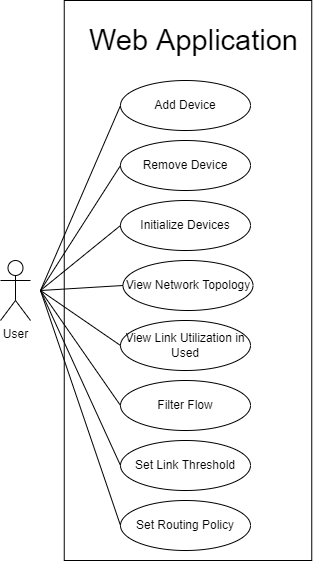
Before: Report/Draw_io_Part2/web usecase.drawio (2).png, a diagram exported from draw.io (FameIllusionMaya/SDN-handmade_v3). Source tidied: cells renumbered, new cells last; positions are measured from the earlier drawing's top-left corner, leaving out a move shared by most shapes. The source it was exported from:
```xml
<mxGraphModel>
  <root>
    <mxCell id="0" />
    <mxCell id="1" parent="0" />
    <mxCell id="2" style="html=1;" parent="1" vertex="1">
      <mxGeometry x="63.8" width="247.5" height="560" as="geometry" />
    </mxCell>
    <mxCell id="3" value="User" style="shape=umlActor;verticalLabelPosition=bottom;verticalAlign=top;html=1;" parent="1" vertex="1">
      <mxGeometry y="260" width="30" height="60" as="geometry" />
    </mxCell>
    <mxCell id="4" value="Add Device" style="ellipse;whiteSpace=wrap;html=1;" parent="1" vertex="1">
      <mxGeometry x="120" y="80" width="130" height="50" as="geometry" />
    </mxCell>
    <mxCell id="5" value="&lt;font style=&quot;font-size: 29px&quot;&gt;Web Application&amp;nbsp;&lt;/font&gt;" style="rounded=0;whiteSpace=wrap;html=1;strokeColor=#FFFFFF;" parent="1" vertex="1">
      <mxGeometry x="85" y="20" width="225" height="40" as="geometry" />
    </mxCell>
    <mxCell id="6" value="Initialize Devices" style="ellipse;whiteSpace=wrap;html=1;" parent="1" vertex="1">
      <mxGeometry x="120" y="200" width="130" height="50" as="geometry" />
    </mxCell>
    <mxCell id="7" style="endArrow=none;html=1;rounded=0;fontSize=29;entryX=0;entryY=0.5;entryDx=0;entryDy=0;" parent="1" edge="1" target="6">
      <mxGeometry relative="1" as="geometry">
        <mxPoint x="40" y="290" as="sourcePoint" />
      </mxGeometry>
    </mxCell>
    <mxCell id="8" style="endArrow=none;html=1;rounded=0;fontSize=29;entryX=0;entryY=0.5;entryDx=0;entryDy=0;" parent="1" edge="1" target="4">
      <mxGeometry relative="1" as="geometry">
        <mxPoint x="40" y="290" as="sourcePoint" />
      </mxGeometry>
    </mxCell>
    <mxCell id="9" value="Remove Device" style="ellipse;whiteSpace=wrap;html=1;" parent="1" vertex="1">
      <mxGeometry x="120" y="140" width="130" height="50" as="geometry" />
    </mxCell>
    <mxCell id="10" value="View Network Topology" style="ellipse;whiteSpace=wrap;html=1;" parent="1" vertex="1">
      <mxGeometry x="122.5" y="260" width="130" height="50" as="geometry" />
    </mxCell>
    <mxCell id="11" value="Filter Flow" style="ellipse;whiteSpace=wrap;html=1;" parent="1" vertex="1">
      <mxGeometry x="120" y="380" width="130" height="50" as="geometry" />
    </mxCell>
    <mxCell id="12" value="View Link Utilization in Used" style="ellipse;whiteSpace=wrap;html=1;" parent="1" vertex="1">
      <mxGeometry x="120" y="320" width="130" height="50" as="geometry" />
    </mxCell>
    <mxCell id="13" value="Set Link Threshold" style="ellipse;whiteSpace=wrap;html=1;" parent="1" vertex="1">
      <mxGeometry x="120" y="440" width="130" height="50" as="geometry" />
    </mxCell>
    <mxCell id="14" value="Set Routing Policy" style="ellipse;whiteSpace=wrap;html=1;" parent="1" vertex="1">
      <mxGeometry x="120" y="500" width="130" height="50" as="geometry" />
    </mxCell>
    <mxCell id="15" style="endArrow=none;html=1;rounded=0;fontSize=29;entryX=0;entryY=0.5;entryDx=0;entryDy=0;" parent="1" edge="1" target="11">
      <mxGeometry relative="1" as="geometry">
        <mxPoint x="40" y="290" as="sourcePoint" />
      </mxGeometry>
    </mxCell>
    <mxCell id="16" style="endArrow=none;html=1;rounded=0;fontSize=29;entryX=0;entryY=0.5;entryDx=0;entryDy=0;" parent="1" edge="1" target="10">
      <mxGeometry relative="1" as="geometry">
        <mxPoint x="40" y="290" as="sourcePoint" />
      </mxGeometry>
    </mxCell>
    <mxCell id="17" style="endArrow=none;html=1;rounded=0;fontSize=29;entryX=0;entryY=0.5;entryDx=0;entryDy=0;" parent="1" edge="1" target="12">
      <mxGeometry relative="1" as="geometry">
        <mxPoint x="40" y="290" as="sourcePoint" />
      </mxGeometry>
    </mxCell>
    <mxCell id="18" style="endArrow=none;html=1;rounded=0;fontSize=29;entryX=0;entryY=0.5;entryDx=0;entryDy=0;" parent="1" edge="1" target="13">
      <mxGeometry relative="1" as="geometry">
        <mxPoint x="40" y="290" as="sourcePoint" />
      </mxGeometry>
    </mxCell>
    <mxCell id="19" style="endArrow=none;html=1;rounded=0;fontSize=29;entryX=0;entryY=0.5;entryDx=0;entryDy=0;" parent="1" edge="1" target="9">
      <mxGeometry relative="1" as="geometry">
        <mxPoint x="40" y="290" as="sourcePoint" />
      </mxGeometry>
    </mxCell>
    <mxCell id="20" style="endArrow=none;html=1;rounded=0;fontSize=29;entryX=0;entryY=0.5;entryDx=0;entryDy=0;" parent="1" edge="1" target="14">
      <mxGeometry relative="1" as="geometry">
        <mxPoint x="40" y="290" as="sourcePoint" />
      </mxGeometry>
    </mxCell>
  </root>
</mxGraphModel>
```
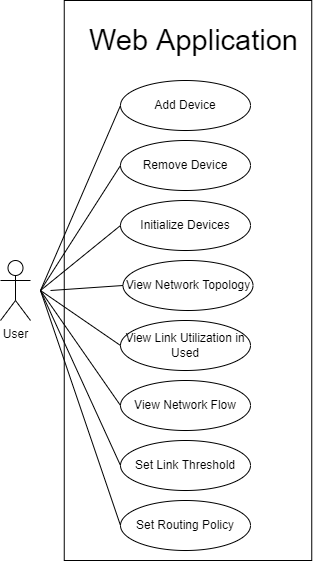
The same diagram one commit later.

Change to the diagram source:
```diff
@@ -33,7 +33,7 @@
     <mxCell id="10" value="View Network Topology" style="ellipse;whiteSpace=wrap;html=1;" parent="1" vertex="1">
       <mxGeometry x="122.5" y="260" width="130" height="50" as="geometry" />
     </mxCell>
-    <mxCell id="11" value="Filter Flow" style="ellipse;whiteSpace=wrap;html=1;" parent="1" vertex="1">
+    <mxCell id="11" value="View Network Flow" style="ellipse;whiteSpace=wrap;html=1;" parent="1" vertex="1">
       <mxGeometry x="120" y="380" width="130" height="50" as="geometry" />
     </mxCell>
     <mxCell id="12" value="View Link Utilization in Used" style="ellipse;whiteSpace=wrap;html=1;" parent="1" vertex="1">
@@ -52,7 +52,7 @@
     </mxCell>
     <mxCell id="16" style="endArrow=none;html=1;rounded=0;fontSize=29;entryX=0;entryY=0.5;entryDx=0;entryDy=0;" parent="1" edge="1" target="10">
       <mxGeometry relative="1" as="geometry">
-        <mxPoint x="40" y="290" as="sourcePoint" />
+        <mxPoint x="50" y="290" as="sourcePoint" />
       </mxGeometry>
     </mxCell>
     <mxCell id="17" style="endArrow=none;html=1;rounded=0;fontSize=29;entryX=0;entryY=0.5;entryDx=0;entryDy=0;" parent="1" edge="1" target="12">
```
